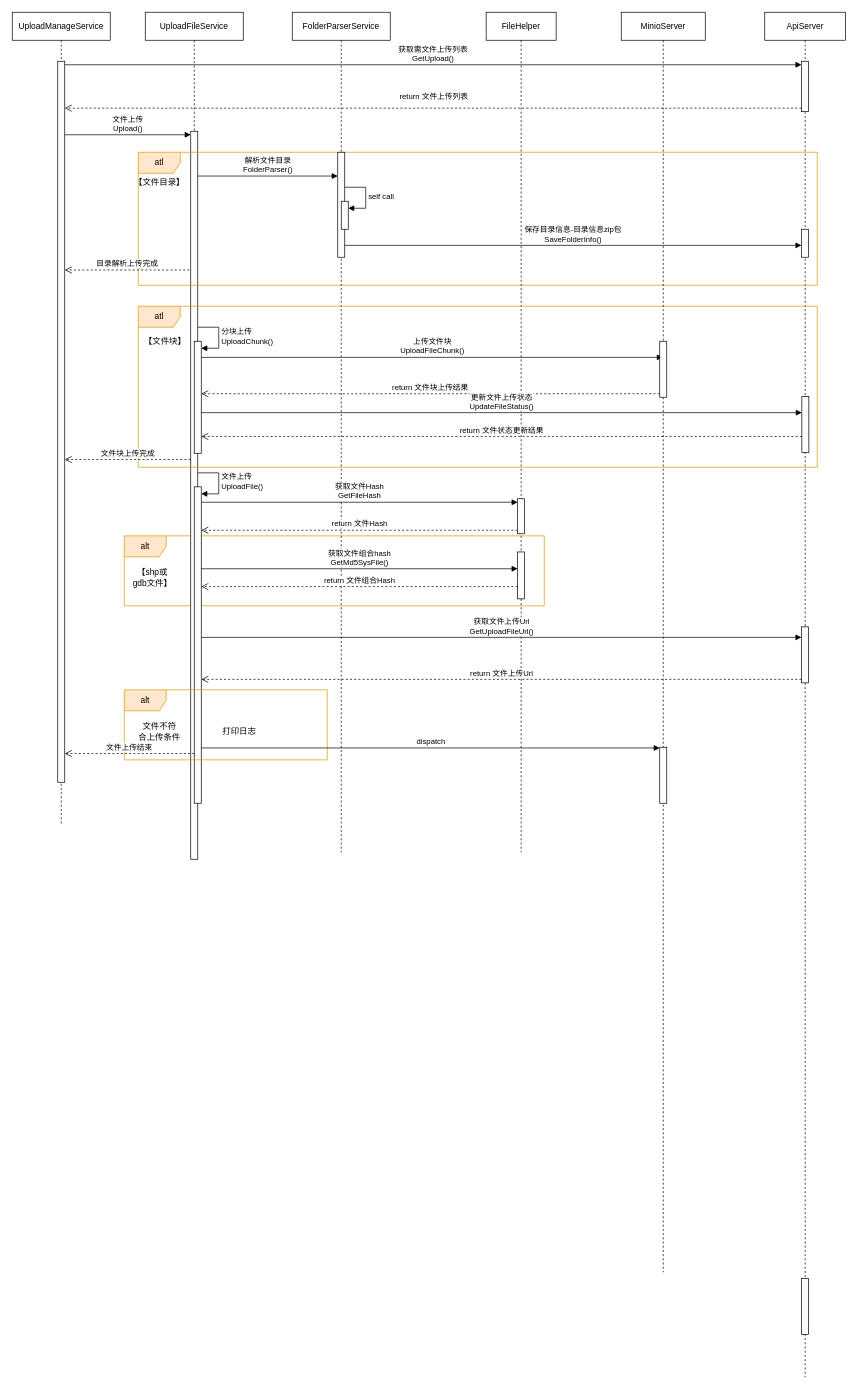
LonelyCodelang/docs keeps this draw.io diagram as UML/备份工具/文件服务时序图类20231205.drawio. Above is the earlier version. Source tidied: cells renumbered, new cells numbered last; positions are measured from the earlier drawing's top-left corner, leaving out a move shared by most shapes. Both pictures are drawn from the tidied source at 70%, with x=0, y=0 at pixel (12, 12).
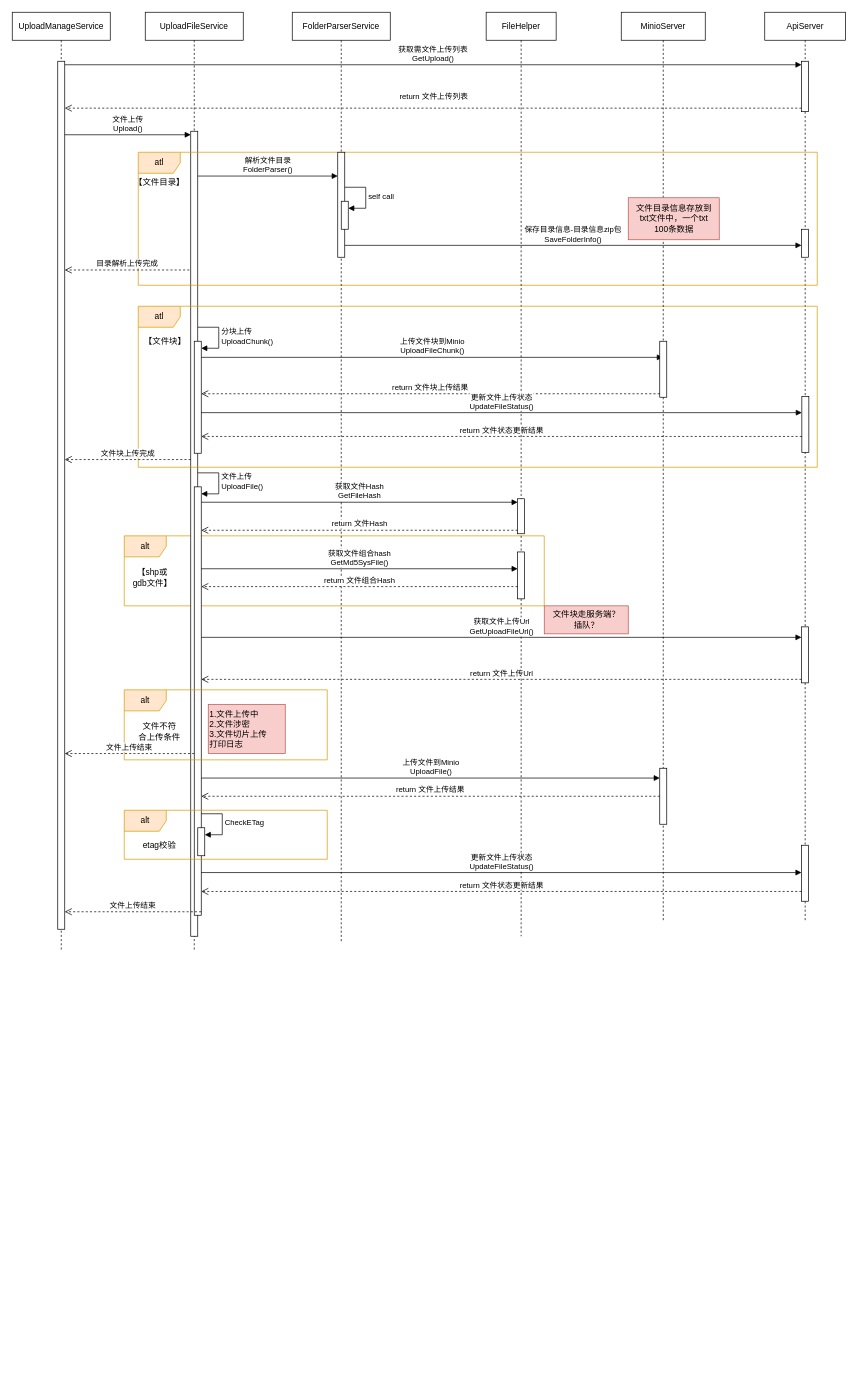
After the change.

Commit message (it also covers changes not shown here):
更新文件服务时序图类20231205.drawio

Diff of the diagram source:
```diff
@@
     <mxCell id="3" value="UploadManageService" style="shape=umlLifeline;perimeter=lifelinePerimeter;whiteSpace=wrap;html=1;newEdgeStyle={&quot;curved&quot;:0,&quot;rounded&quot;:0};" parent="1" vertex="1">
-      <mxGeometry width="140" height="1160" as="geometry" />
+      <mxGeometry width="140" height="1340" as="geometry" />
     </mxCell>
     <mxCell id="4" style="html=1;points=[[0,0,0,0,5],[0,1,0,0,-5],[1,0,0,0,5],[1,1,0,0,-5]];perimeter=orthogonalPerimeter;outlineConnect=0;targetShapes=umlLifeline;portConstraint=eastwest;newEdgeStyle={&quot;curved&quot;:0,&quot;rounded&quot;:0};" parent="3" vertex="1">
-      <mxGeometry x="65" y="70" width="10" height="1030" as="geometry" />
+      <mxGeometry x="65" y="70" width="10" height="1240" as="geometry" />
     </mxCell>
     <mxCell id="5" value="ApiServer" style="shape=umlLifeline;perimeter=lifelinePerimeter;whiteSpace=wrap;html=1;newEdgeStyle={&quot;curved&quot;:0,&quot;rounded&quot;:0};" parent="1" vertex="1">
-      <mxGeometry x="1075" width="115.5" height="1950" as="geometry" />
+      <mxGeometry x="1075" width="115.5" height="1300" as="geometry" />
     </mxCell>
@@
-    <mxCell id="8" style="html=1;perimeter=orthogonalPerimeter;targetShapes=umlLifeline;newEdgeStyle={&quot;curved&quot;:0,&quot;rounded&quot;:0};" parent="5" vertex="1">
-      <mxGeometry x="52.5" y="1809" width="10" height="80" as="geometry" />
-    </mxCell>
@@
+    <mxCell id="54" style="html=1;perimeter=orthogonalPerimeter;targetShapes=umlLifeline;newEdgeStyle={&quot;curved&quot;:0,&quot;rounded&quot;:0};" parent="5" vertex="1">
+      <mxGeometry x="52.5" y="1190" width="10" height="80" as="geometry" />
+    </mxCell>
@@
     <mxCell id="11" value="UploadFileService" style="shape=umlLifeline;perimeter=lifelinePerimeter;whiteSpace=wrap;html=1;newEdgeStyle={&quot;curved&quot;:0,&quot;rounded&quot;:0};" parent="1" vertex="1">
-      <mxGeometry x="190" width="140" height="1210" as="geometry" />
+      <mxGeometry x="190" width="140" height="1340" as="geometry" />
     </mxCell>
     <mxCell id="12" style="html=1;points=[[0,0,0,0,5],[0,1,0,0,-5],[1,0,0,0,5],[1,1,0,0,-5]];perimeter=orthogonalPerimeter;outlineConnect=0;targetShapes=umlLifeline;portConstraint=eastwest;newEdgeStyle={&quot;curved&quot;:0,&quot;rounded&quot;:0};" parent="11" vertex="1">
-      <mxGeometry x="65" y="170" width="10" height="1040" as="geometry" />
+      <mxGeometry x="65" y="170" width="10" height="1150" as="geometry" />
     </mxCell>
     <mxCell id="13" style="html=1;points=[[0,0,0,0,5],[0,1,0,0,-5],[1,0,0,0,5],[1,1,0,0,-5]];perimeter=orthogonalPerimeter;outlineConnect=0;targetShapes=umlLifeline;portConstraint=eastwest;newEdgeStyle={&quot;curved&quot;:0,&quot;rounded&quot;:0};" parent="11" vertex="1">
-      <mxGeometry x="70" y="678" width="10" height="452" as="geometry" />
+      <mxGeometry x="70" y="678" width="10" height="612" as="geometry" />
     </mxCell>
@@
     <mxCell id="18" value="FolderParserService" style="shape=umlLifeline;perimeter=lifelinePerimeter;whiteSpace=wrap;html=1;newEdgeStyle={&quot;curved&quot;:0,&quot;rounded&quot;:0};" parent="1" vertex="1">
-      <mxGeometry x="400" width="140" height="1200" as="geometry" />
+      <mxGeometry x="400" width="140" height="1330" as="geometry" />
     </mxCell>
@@
     <mxCell id="25" value="FileHelper" style="shape=umlLifeline;perimeter=lifelinePerimeter;whiteSpace=wrap;html=1;newEdgeStyle={&quot;curved&quot;:0,&quot;rounded&quot;:0};" parent="1" vertex="1">
-      <mxGeometry x="677" width="100" height="1200" as="geometry" />
+      <mxGeometry x="677" width="100" height="1320" as="geometry" />
     </mxCell>
@@
-    <mxCell id="42" value="上传文件块&lt;br&gt;UploadFileChunk()" style="html=1;verticalAlign=bottom;endArrow=block;curved=0;rounded=0;" parent="1" edge="1">
+    <mxCell id="42" value="上传文件块到Minio&lt;br&gt;UploadFileChunk()" style="html=1;verticalAlign=bottom;endArrow=block;curved=0;rounded=0;" parent="1" edge="1">
       <mxGeometry relative="1" as="geometry">
         <mxPoint x="270" y="493" as="sourcePoint" />
         <mxPoint x="929.5" y="493" as="targetPoint" />
       </mxGeometry>
     </mxCell>
     <mxCell id="43" value="MinioServer" style="shape=umlLifeline;perimeter=lifelinePerimeter;whiteSpace=wrap;html=1;newEdgeStyle={&quot;curved&quot;:0,&quot;rounded&quot;:0};" parent="1" vertex="1">
-      <mxGeometry x="870" width="120" height="1800" as="geometry" />
+      <mxGeometry x="870" width="120" height="1300" as="geometry" />
     </mxCell>
@@
     <mxCell id="45" style="html=1;points=[[0,0,0,0,5],[0,1,0,0,-5],[1,0,0,0,5],[1,1,0,0,-5]];perimeter=orthogonalPerimeter;outlineConnect=0;targetShapes=umlLifeline;portConstraint=eastwest;newEdgeStyle={&quot;curved&quot;:0,&quot;rounded&quot;:0};" parent="43" vertex="1">
-      <mxGeometry x="55" y="1050" width="10" height="80" as="geometry" />
+      <mxGeometry x="55" y="1080" width="10" height="80" as="geometry" />
     </mxCell>
@@
-    <mxCell id="51" value="打印日志" style="text;html=1;align=center;verticalAlign=middle;strokeColor=none;fillColor=none;" parent="1" vertex="1">
-      <mxGeometry x="289" y="1013" width="70" height="30" as="geometry" />
+    <mxCell id="51" value="1.文件上传中&lt;br&gt;2.文件涉密&lt;br&gt;3.文件切片上传&lt;br&gt;打印日志" style="text;html=1;align=left;verticalAlign=middle;strokeColor=#b85450;fillColor=#f8cecc;" parent="1" vertex="1">
+      <mxGeometry x="280" y="989" width="110" height="70" as="geometry" />
     </mxCell>
@@
-    <mxCell id="53" value="dispatch" style="html=1;verticalAlign=bottom;endArrow=block;curved=0;rounded=0;" parent="1" edge="1">
+    <mxCell id="53" value="上传文件到Minio&lt;br style=&quot;border-color: var(--border-color);&quot;&gt;UploadFile()" style="html=1;verticalAlign=bottom;endArrow=block;curved=0;rounded=0;" parent="1" edge="1">
       <mxGeometry relative="1" as="geometry">
-        <mxPoint x="270" y="1051" as="sourcePoint" />
-        <mxPoint x="925" y="1051" as="targetPoint" />
+        <mxPoint x="270" y="1094" as="sourcePoint" />
+        <mxPoint x="925" y="1094" as="targetPoint" />
       </mxGeometry>
     </mxCell>
+    <mxCell id="55" value="return 文件上传结果" style="html=1;verticalAlign=bottom;endArrow=open;dashed=1;endSize=8;curved=0;rounded=0;" parent="1" edge="1" source="45" target="13">
+      <mxGeometry relative="1" as="geometry" />
+    </mxCell>
+    <mxCell id="56" value="alt" style="shape=umlFrame;whiteSpace=wrap;html=1;fillColor=#ffe6cc;strokeColor=#d79b00;" parent="1" vertex="1">
+      <mxGeometry x="160" y="1140" width="290" height="70" as="geometry" />
+    </mxCell>
+    <mxCell id="57" value="etag校验" style="text;html=1;align=center;verticalAlign=middle;strokeColor=none;fillColor=none;" parent="1" vertex="1">
+      <mxGeometry x="175" y="1175" width="70" height="30" as="geometry" />
+    </mxCell>
+    <mxCell id="58" style="html=1;points=[[0,0,0,0,5],[0,1,0,0,-5],[1,0,0,0,5],[1,1,0,0,-5]];perimeter=orthogonalPerimeter;outlineConnect=0;targetShapes=umlLifeline;portConstraint=eastwest;newEdgeStyle={&quot;curved&quot;:0,&quot;rounded&quot;:0};" parent="1" vertex="1">
+      <mxGeometry x="265" y="1165" width="10" height="40" as="geometry" />
+    </mxCell>
+    <mxCell id="59" value="CheckETag" style="html=1;align=left;spacingLeft=2;endArrow=block;rounded=0;edgeStyle=orthogonalEdgeStyle;curved=0;rounded=0;" parent="1" edge="1" target="58">
+      <mxGeometry relative="1" as="geometry">
+        <mxPoint x="270" y="1145" as="sourcePoint" />
+        <Array as="points">
+          <mxPoint x="300" y="1175" />
+        </Array>
+      </mxGeometry>
+    </mxCell>
+    <mxCell id="60" value="更新文件上传状态&lt;br style=&quot;border-color: var(--border-color);&quot;&gt;UpdateFileStatus()" style="html=1;verticalAlign=bottom;endArrow=block;curved=0;rounded=0;" parent="1" edge="1">
+      <mxGeometry relative="1" as="geometry">
+        <mxPoint x="270" y="1229" as="sourcePoint" />
+        <mxPoint x="1127.5" y="1229" as="targetPoint" />
+      </mxGeometry>
+    </mxCell>
+    <mxCell id="61" value="return 文件状态更新结果" style="html=1;verticalAlign=bottom;endArrow=open;dashed=1;endSize=8;curved=0;rounded=0;" parent="1" edge="1">
+      <mxGeometry relative="1" as="geometry">
+        <mxPoint x="1127.5" y="1256" as="sourcePoint" />
+        <mxPoint x="270" y="1256" as="targetPoint" />
+      </mxGeometry>
+    </mxCell>
+    <mxCell id="62" value="文件上传结束" style="html=1;verticalAlign=bottom;endArrow=open;dashed=1;endSize=8;curved=0;rounded=0;exitX=1;exitY=1;exitDx=0;exitDy=-5;exitPerimeter=0;" parent="1" edge="1" source="13" target="4">
+      <mxGeometry relative="1" as="geometry" />
+    </mxCell>
+    <mxCell id="63" value="文件块走服务端？&lt;br style=&quot;border-color: var(--border-color);&quot;&gt;&lt;span style=&quot;&quot;&gt;插队？&lt;/span&gt;" style="text;html=1;align=center;verticalAlign=middle;strokeColor=#b85450;fillColor=#f8cecc;" parent="1" vertex="1">
+      <mxGeometry x="760" y="848" width="120" height="40" as="geometry" />
+    </mxCell>
+    <mxCell id="64" value="文件目录信息存放到&lt;br&gt;txt文件中，一个txt&lt;br&gt;100条数据" style="text;html=1;align=center;verticalAlign=middle;strokeColor=#b85450;fillColor=#f8cecc;" parent="1" vertex="1">
+      <mxGeometry x="880" y="265" width="130" height="60" as="geometry" />
+    </mxCell>
```
